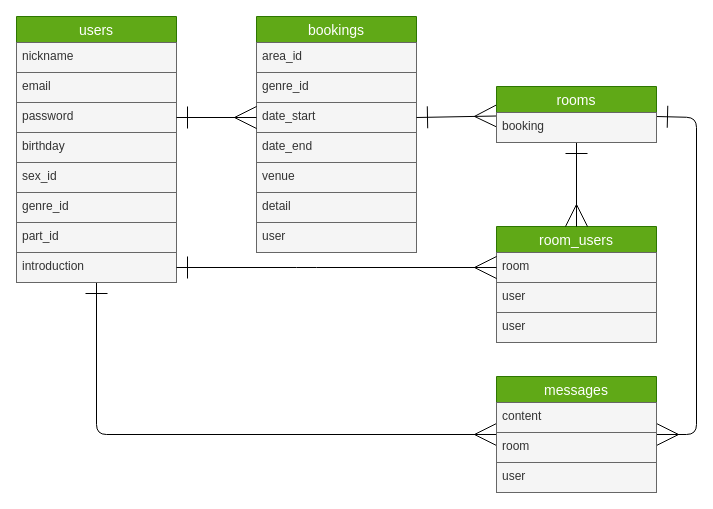
Earlier version of the draw.io diagram database.dio (yuki-0202/bandbond). Source tidied: cells renumbered, new cells numbered last; positions are measured from the earlier drawing's top-left corner, leaving out a move shared by most shapes. Both pictures are drawn from the tidied source at 100%, with x=0, y=0 at pixel (16, 16).
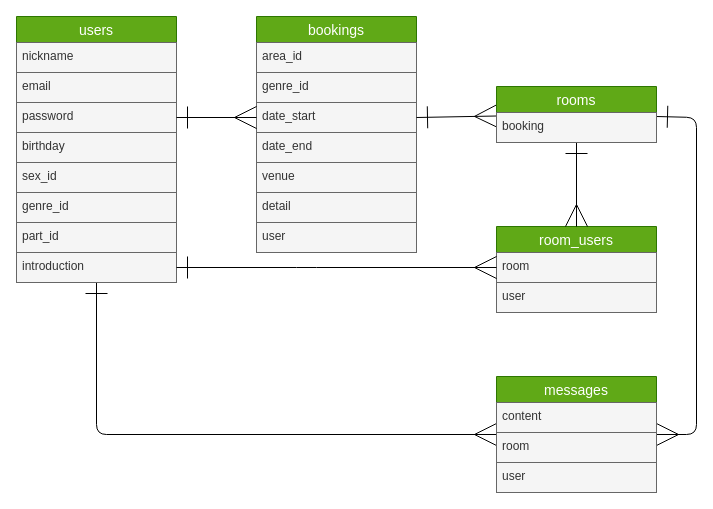
The same page after the edit.

Commit message (it also covers changes not shown here):
README、データベース設計の修正

Diff of the diagram source:
```diff
@@
     <mxCell id="26" value="room_users" style="swimlane;fontStyle=0;horizontal=1;startSize=26;align=center;fontSize=14;fillColor=#60a917;fontColor=#ffffff;strokeColor=#2D7600;" parent="1" vertex="1">
-      <mxGeometry x="480" y="210" width="160" height="116" as="geometry" />
+      <mxGeometry x="480" y="210" width="160" height="86" as="geometry" />
     </mxCell>
@@
-    <mxCell id="29" value="user" style="text;strokeColor=#666666;fillColor=#f5f5f5;spacingLeft=4;spacingRight=4;overflow=hidden;fontSize=12;fontColor=#333333;" parent="26" vertex="1">
-      <mxGeometry y="86" width="160" height="30" as="geometry" />
-    </mxCell>
```
